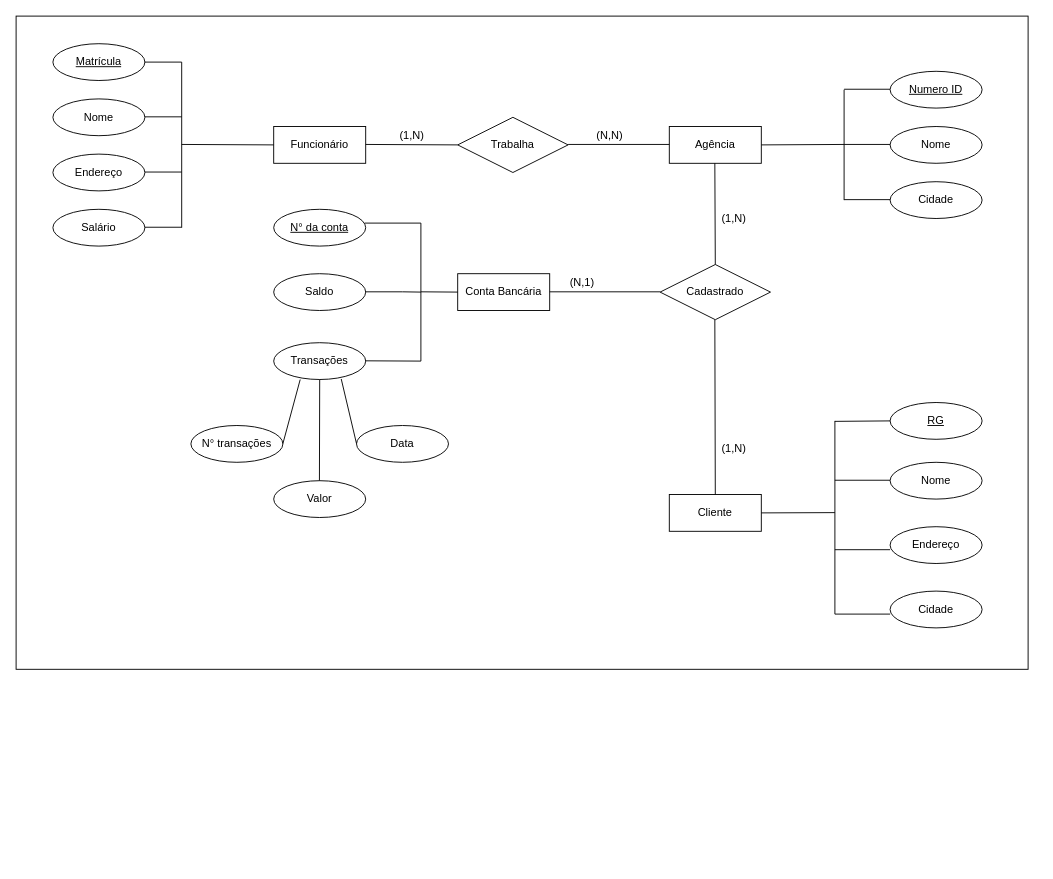
Before: Untitled Diagram.drawio in AkowsS/Diagrama-Entidade-Relacionamento, a draw.io diagram. Source tidied: cells renumbered, new cells numbered last; positions are measured from the earlier drawing's top-left corner, leaving out a move shared by most shapes. Both pictures are drawn from the tidied source at 92%, with x=0, y=0 at pixel (16, 16).
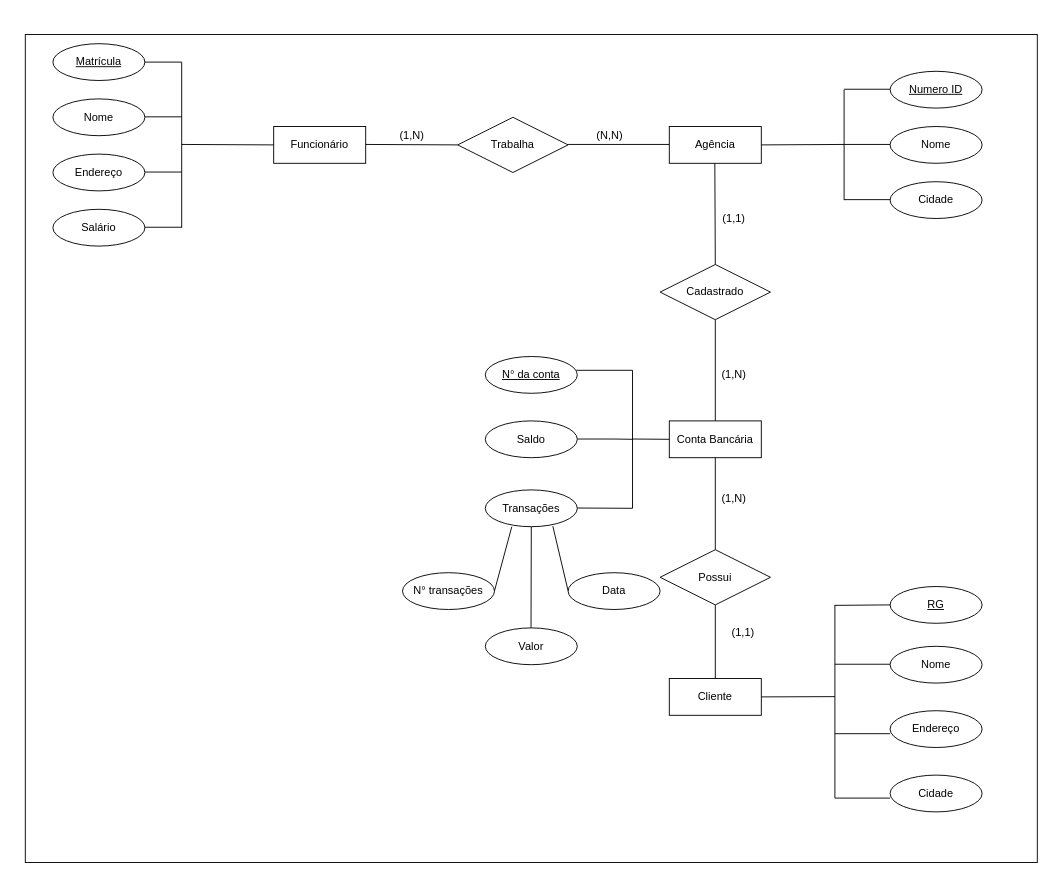
Above is the later version.

The change refers to these unchanged cells:
```xml
<mxCell id="33" value="Cadastrado" style="shape=rhombus;perimeter=rhombusPerimeter;whiteSpace=wrap;html=1;align=center;" parent="1" vertex="1">
  <mxGeometry x="700" y="270" width="120" height="60" as="geometry" />
</mxCell>
```

What changed in the source:
```diff
@@
     <mxCell id="2" style="rounded=0;whiteSpace=wrap;html=1;" parent="1" vertex="1">
-      <mxGeometry width="1100" height="710" as="geometry" />
+      <mxGeometry x="10" y="20" width="1100" height="900" as="geometry" />
     </mxCell>
@@
     <mxCell id="22" value="Cliente" style="whiteSpace=wrap;html=1;align=center;" parent="1" vertex="1">
-      <mxGeometry x="710" y="520" width="100" height="40" as="geometry" />
+      <mxGeometry x="710" y="720" width="100" height="40" as="geometry" />
     </mxCell>
     <mxCell id="23" value="RG" style="ellipse;whiteSpace=wrap;html=1;align=center;fontStyle=4;" parent="1" vertex="1">
-      <mxGeometry x="950" y="420" width="100" height="40" as="geometry" />
+      <mxGeometry x="950" y="620" width="100" height="40" as="geometry" />
     </mxCell>
     <mxCell id="24" value="Nome" style="ellipse;whiteSpace=wrap;html=1;align=center;" parent="1" vertex="1">
-      <mxGeometry x="950" y="485" width="100" height="40" as="geometry" />
+      <mxGeometry x="950" y="685" width="100" height="40" as="geometry" />
     </mxCell>
     <mxCell id="25" value="Endereço" style="ellipse;whiteSpace=wrap;html=1;align=center;" parent="1" vertex="1">
-      <mxGeometry x="950" y="555" width="100" height="40" as="geometry" />
+      <mxGeometry x="950" y="755" width="100" height="40" as="geometry" />
     </mxCell>
     <mxCell id="26" value="Cidade" style="ellipse;whiteSpace=wrap;html=1;align=center;" parent="1" vertex="1">
-      <mxGeometry x="950" y="625" width="100" height="40" as="geometry" />
+      <mxGeometry x="950" y="825" width="100" height="40" as="geometry" />
     </mxCell>
@@
-    <mxCell id="35" style="endArrow=none;html=1;rounded=0;entryX=0.5;entryY=0;entryDx=0;entryDy=0;" parent="1" edge="1" target="22">
-      <mxGeometry relative="1" as="geometry">
-        <mxPoint x="759.5" y="330" as="sourcePoint" />
-      </mxGeometry>
-    </mxCell>
     <mxCell id="36" value="(1,N)" style="text;html=1;align=center;verticalAlign=middle;strokeColor=none;" parent="1" vertex="1">
-      <mxGeometry x="760" y="210" width="40" height="20" as="geometry" />
+      <mxGeometry x="760" y="380" width="40" height="20" as="geometry" />
     </mxCell>
-    <mxCell id="37" value="(1,N)" style="text;html=1;align=center;verticalAlign=middle;strokeColor=none;" parent="1" vertex="1">
-      <mxGeometry x="760" y="460" width="40" height="20" as="geometry" />
+    <mxCell id="37" value="(1,1)" style="text;html=1;align=center;verticalAlign=middle;strokeColor=none;" parent="1" vertex="1">
+      <mxGeometry x="770" y="660" width="40" height="20" as="geometry" />
     </mxCell>
     <mxCell id="38" style="endArrow=none;html=1;rounded=0;" parent="1" edge="1">
       <mxGeometry relative="1" as="geometry">
-        <mxPoint x="890" y="650" as="sourcePoint" />
-        <mxPoint x="950" y="650" as="targetPoint" />
+        <mxPoint x="890" y="850" as="sourcePoint" />
+        <mxPoint x="950" y="850" as="targetPoint" />
       </mxGeometry>
     </mxCell>
     <mxCell id="39" style="endArrow=none;html=1;rounded=0;" parent="1" edge="1">
       <mxGeometry relative="1" as="geometry">
-        <mxPoint x="890" y="580" as="sourcePoint" />
-        <mxPoint x="950" y="580" as="targetPoint" />
+        <mxPoint x="890" y="780" as="sourcePoint" />
+        <mxPoint x="950" y="780" as="targetPoint" />
       </mxGeometry>
     </mxCell>
     <mxCell id="40" style="endArrow=none;html=1;rounded=0;" parent="1" edge="1">
       <mxGeometry relative="1" as="geometry">
-        <mxPoint x="890" y="504.5" as="sourcePoint" />
-        <mxPoint x="950" y="504.5" as="targetPoint" />
+        <mxPoint x="890" y="704.5" as="sourcePoint" />
+        <mxPoint x="950" y="704.5" as="targetPoint" />
       </mxGeometry>
     </mxCell>
     <mxCell id="41" style="endArrow=none;html=1;rounded=0;" parent="1" edge="1">
       <mxGeometry relative="1" as="geometry">
-        <mxPoint x="890" y="440.5" as="sourcePoint" />
-        <mxPoint x="950" y="440" as="targetPoint" />
+        <mxPoint x="890" y="640.5" as="sourcePoint" />
+        <mxPoint x="950" y="640" as="targetPoint" />
       </mxGeometry>
     </mxCell>
     <mxCell id="42" style="endArrow=none;html=1;rounded=0;" parent="1" edge="1">
       <mxGeometry relative="1" as="geometry">
-        <mxPoint x="890" y="440" as="sourcePoint" />
-        <mxPoint x="890" y="650" as="targetPoint" />
+        <mxPoint x="890" y="640" as="sourcePoint" />
+        <mxPoint x="890" y="850" as="targetPoint" />
       </mxGeometry>
     </mxCell>
     <mxCell id="43" style="endArrow=none;html=1;rounded=0;exitX=1;exitY=0.5;exitDx=0;exitDy=0;" parent="1" edge="1" source="22">
       <mxGeometry relative="1" as="geometry">
-        <mxPoint x="890" y="539.7" as="targetPoint" />
+        <mxPoint x="890" y="739.7" as="targetPoint" />
       </mxGeometry>
     </mxCell>
     <mxCell id="44" value="Conta Bancária" style="whiteSpace=wrap;html=1;align=center;" parent="1" vertex="1">
-      <mxGeometry x="480" y="280" width="100" height="40" as="geometry" />
+      <mxGeometry x="710" y="440" width="100" height="40" as="geometry" />
     </mxCell>
     <mxCell id="45" value="N° da conta" style="ellipse;whiteSpace=wrap;html=1;align=center;fontStyle=4;" parent="1" vertex="1">
-      <mxGeometry x="280" y="210" width="100" height="40" as="geometry" />
+      <mxGeometry x="510" y="370" width="100" height="40" as="geometry" />
     </mxCell>
     <mxCell id="46" value="Saldo" style="ellipse;whiteSpace=wrap;html=1;align=center;" parent="1" vertex="1">
-      <mxGeometry x="280" y="280" width="100" height="40" as="geometry" />
+      <mxGeometry x="510" y="440" width="100" height="40" as="geometry" />
     </mxCell>
     <mxCell id="47" value="Transações" style="ellipse;whiteSpace=wrap;html=1;align=center;" parent="1" vertex="1">
-      <mxGeometry x="280" y="355" width="100" height="40" as="geometry" />
+      <mxGeometry x="510" y="515" width="100" height="40" as="geometry" />
     </mxCell>
     <mxCell id="48" value="N° transações" style="ellipse;whiteSpace=wrap;html=1;align=center;" parent="1" vertex="1">
-      <mxGeometry x="190" y="445" width="100" height="40" as="geometry" />
+      <mxGeometry x="420" y="605" width="100" height="40" as="geometry" />
     </mxCell>
     <mxCell id="49" value="Data" style="ellipse;whiteSpace=wrap;html=1;align=center;" parent="1" vertex="1">
-      <mxGeometry x="370" y="445" width="100" height="40" as="geometry" />
+      <mxGeometry x="600" y="605" width="100" height="40" as="geometry" />
     </mxCell>
     <mxCell id="50" value="Valor" style="ellipse;whiteSpace=wrap;html=1;align=center;" parent="1" vertex="1">
-      <mxGeometry x="280" y="505" width="100" height="40" as="geometry" />
+      <mxGeometry x="510" y="665" width="100" height="40" as="geometry" />
     </mxCell>
     <mxCell id="51" style="endArrow=none;html=1;rounded=0;entryX=0.288;entryY=1.001;entryDx=0;entryDy=0;entryPerimeter=0;" parent="1" edge="1" target="47">
       <mxGeometry relative="1" as="geometry">
-        <mxPoint x="290" y="464.7" as="sourcePoint" />
+        <mxPoint x="520" y="624.7" as="sourcePoint" />
       </mxGeometry>
     </mxCell>
     <mxCell id="52" style="endArrow=none;html=1;rounded=0;exitX=0.734;exitY=0.985;exitDx=0;exitDy=0;exitPerimeter=0;" parent="1" edge="1" source="47">
       <mxGeometry relative="1" as="geometry">
-        <mxPoint x="370" y="464.7" as="targetPoint" />
+        <mxPoint x="600" y="624.7" as="targetPoint" />
       </mxGeometry>
     </mxCell>
     <mxCell id="53" style="endArrow=none;html=1;rounded=0;entryX=0.5;entryY=1;entryDx=0;entryDy=0;" parent="1" edge="1" target="47">
       <mxGeometry relative="1" as="geometry">
-        <mxPoint x="329.7" y="505" as="sourcePoint" />
+        <mxPoint x="559.7" y="665" as="sourcePoint" />
       </mxGeometry>
     </mxCell>
     <mxCell id="54" style="endArrow=none;html=1;rounded=0;" parent="1" edge="1">
       <mxGeometry relative="1" as="geometry">
-        <mxPoint x="380" y="374.7" as="sourcePoint" />
-        <mxPoint x="440" y="375" as="targetPoint" />
+        <mxPoint x="610" y="534.7" as="sourcePoint" />
+        <mxPoint x="670" y="535" as="targetPoint" />
       </mxGeometry>
     </mxCell>
     <mxCell id="55" style="endArrow=none;html=1;rounded=0;" parent="1" edge="1">
       <mxGeometry relative="1" as="geometry">
-        <mxPoint x="440" y="225" as="sourcePoint" />
-        <mxPoint x="440" y="375" as="targetPoint" />
+        <mxPoint x="670" y="385" as="sourcePoint" />
+        <mxPoint x="670" y="535" as="targetPoint" />
       </mxGeometry>
     </mxCell>
     <mxCell id="56" style="endArrow=none;html=1;rounded=0;" parent="1" edge="1">
       <mxGeometry relative="1" as="geometry">
-        <mxPoint x="380" y="299.7" as="sourcePoint" />
-        <mxPoint x="440" y="300" as="targetPoint" />
+        <mxPoint x="610" y="459.7" as="sourcePoint" />
+        <mxPoint x="670" y="460" as="targetPoint" />
         <Array as="points">
-          <mxPoint x="420" y="299.7" />
+          <mxPoint x="650" y="459.7" />
         </Array>
       </mxGeometry>
     </mxCell>
     <mxCell id="57" style="endArrow=none;html=1;rounded=0;exitX=0.988;exitY=0.375;exitDx=0;exitDy=0;exitPerimeter=0;" parent="1" edge="1" source="45">
       <mxGeometry relative="1" as="geometry">
-        <mxPoint x="440" y="225" as="targetPoint" />
+        <mxPoint x="670" y="385" as="targetPoint" />
       </mxGeometry>
     </mxCell>
     <mxCell id="58" style="endArrow=none;html=1;rounded=0;" parent="1" edge="1">
       <mxGeometry relative="1" as="geometry">
-        <mxPoint x="440" y="299.7" as="sourcePoint" />
-        <mxPoint x="480" y="300" as="targetPoint" />
+        <mxPoint x="670" y="459.7" as="sourcePoint" />
+        <mxPoint x="710" y="460" as="targetPoint" />
       </mxGeometry>
     </mxCell>
-    <mxCell id="59" style="endArrow=none;html=1;rounded=0;" parent="1" edge="1">
-      <mxGeometry relative="1" as="geometry">
-        <mxPoint x="580" y="299.7" as="sourcePoint" />
-        <mxPoint x="700" y="299.7" as="targetPoint" />
-      </mxGeometry>
-    </mxCell>
-    <mxCell id="60" value="(N,1)" style="text;html=1;align=center;verticalAlign=middle;strokeColor=none;" parent="1" vertex="1">
-      <mxGeometry x="595" y="280" width="40" height="20" as="geometry" />
+    <mxCell id="60" value="(1,N)" style="text;html=1;align=center;verticalAlign=middle;strokeColor=none;" parent="1" vertex="1">
+      <mxGeometry x="760" y="515" width="40" height="20" as="geometry" />
     </mxCell>
+    <mxCell id="61" style="endArrow=none;html=1;rounded=0;exitX=0.5;exitY=0;exitDx=0;exitDy=0;entryX=0.5;entryY=1;entryDx=0;entryDy=0;" parent="1" edge="1" source="44" target="33">
+      <mxGeometry relative="1" as="geometry" />
+    </mxCell>
+    <mxCell id="62" style="endArrow=none;html=1;rounded=0;exitX=0.5;exitY=0;exitDx=0;exitDy=0;" parent="1" edge="1" source="22">
+      <mxGeometry relative="1" as="geometry">
+        <mxPoint x="760" y="640" as="targetPoint" />
+      </mxGeometry>
+    </mxCell>
+    <mxCell id="63" value="Possui" style="shape=rhombus;perimeter=rhombusPerimeter;whiteSpace=wrap;html=1;align=center;" parent="1" vertex="1">
+      <mxGeometry x="700" y="580" width="120" height="60" as="geometry" />
+    </mxCell>
+    <mxCell id="64" style="endArrow=none;html=1;rounded=0;exitX=0.5;exitY=0;exitDx=0;exitDy=0;entryX=0.5;entryY=1;entryDx=0;entryDy=0;" parent="1" edge="1" source="63" target="44">
+      <mxGeometry relative="1" as="geometry" />
+    </mxCell>
+    <mxCell id="65" value="(1,1)" style="text;html=1;align=center;verticalAlign=middle;strokeColor=none;" parent="1" vertex="1">
+      <mxGeometry x="760" y="210" width="40" height="20" as="geometry" />
+    </mxCell>
```
